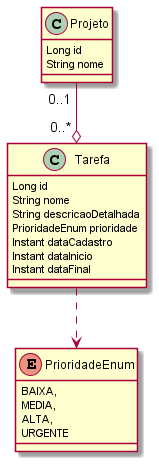
This is klav-tasks-file.png from valkcastellani/klav-tasks, a PlantUML export, as it was before one commit.
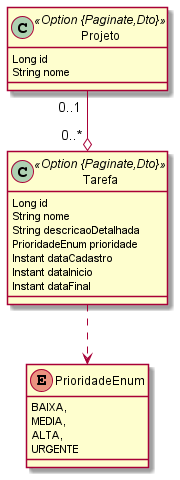
The same file after the commit.

Commit message:
Atualização do JDL e Inicialização do Plant UML

What changed in the source:
```diff
@@ -1,6 +1,6 @@
 @startuml
 	!pragma syntax class
-	class Tarefa  {
+	class Tarefa <<Option {Paginate,Dto}>> {
 		Long id
 		String nome
 		String descricaoDetalhada
@@ -10,7 +10,7 @@
 		Instant dataFinal
 	}
 	Tarefa ..> PrioridadeEnum
-	class Projeto  {
+	class Projeto <<Option {Paginate,Dto}>> {
 		Long id
 		String nome
 	}
```
